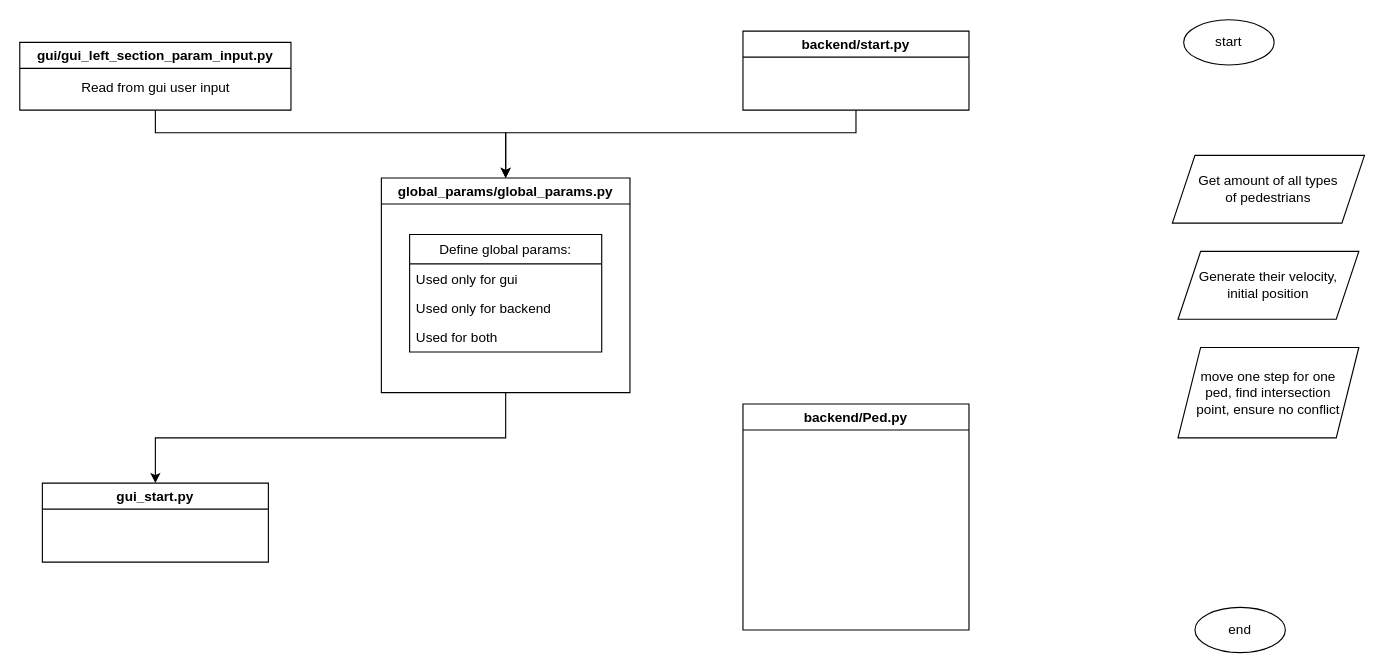
DayuanTan/PedestriansCrossingStreetSimulation keeps this draw.io diagram as doc/structure.drawio. Above is the earlier version. Source tidied: cells renumbered, new cells numbered last; positions are measured from the earlier drawing's top-left corner, leaving out a move shared by most shapes. Both pictures are drawn from the tidied source at 113%, with x=0, y=0 at pixel (19, 19).
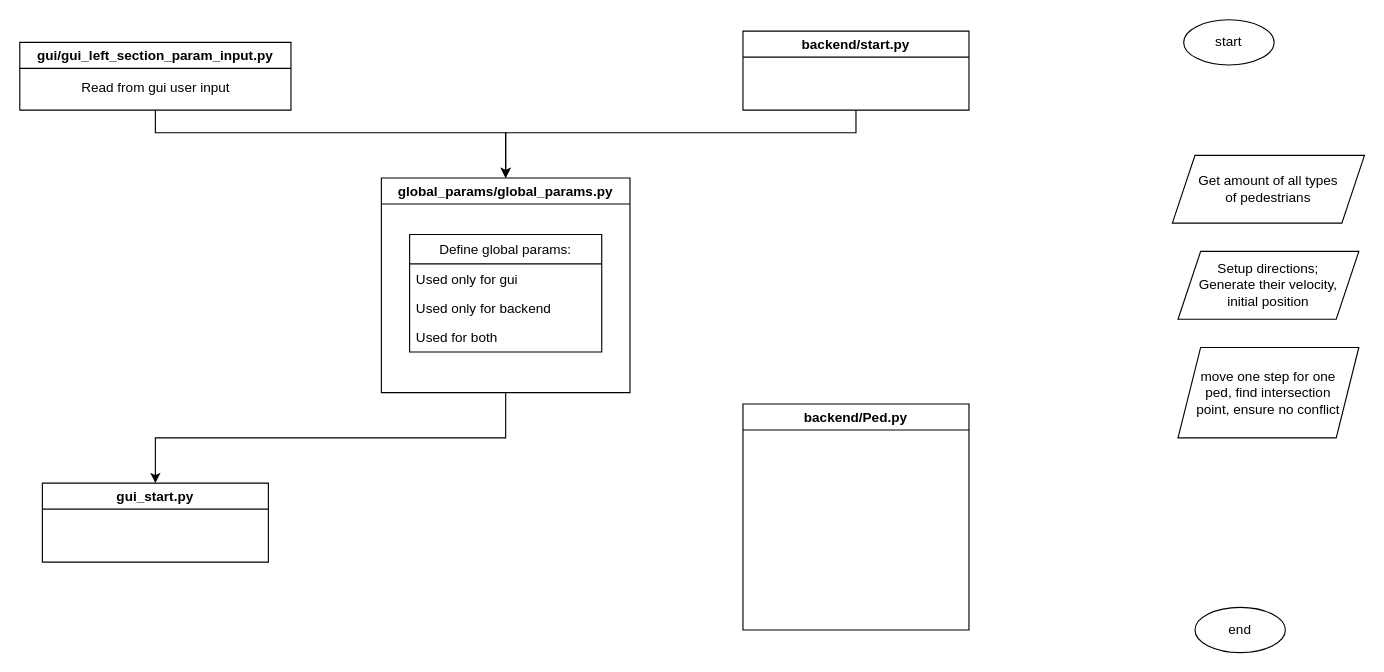
The same diagram, later.

Change to the diagram source:
```diff
@@
-    <mxCell id="18" value="Generate their velocity, &lt;br&gt;initial position" style="shape=parallelogram;perimeter=parallelogramPerimeter;whiteSpace=wrap;html=1;fixedSize=1;" parent="1" vertex="1">
+    <mxCell id="18" value="Setup directions;&lt;br&gt;Generate their velocity, &lt;br&gt;initial position" style="shape=parallelogram;perimeter=parallelogramPerimeter;whiteSpace=wrap;html=1;fixedSize=1;" parent="1" vertex="1">
       <mxGeometry x="1025" y="205" width="160" height="60" as="geometry" />
     </mxCell>
```
